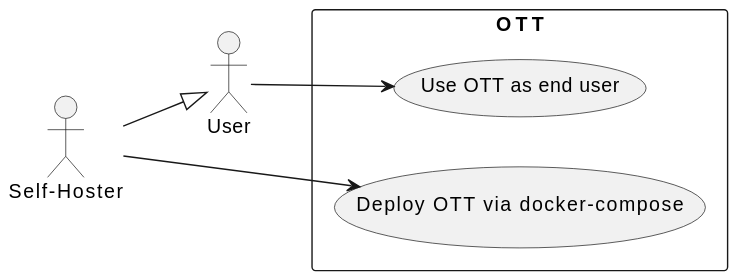
Before: figures/use-case-self-host.svg, a diagram exported from PlantUML (dyc3/senior-design).
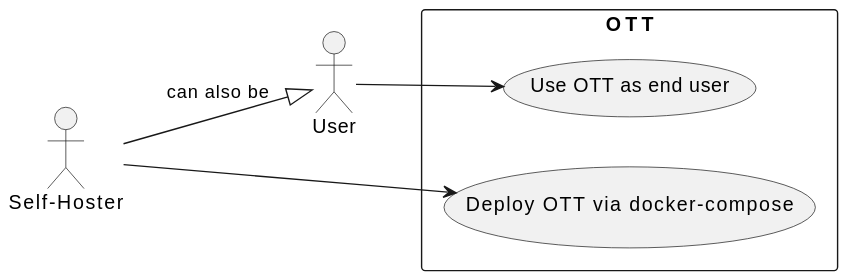
The same file after the commit.

Commit message:
rerender figure

What changed in the source:
```diff
@@ -7,6 +7,6 @@
   usecase "Use OTT as end user" as UC2
 }
 hoster --> UC1
-hoster --|> user
+hoster --|> user : can also be
 user --> UC2
 @enduml
```
